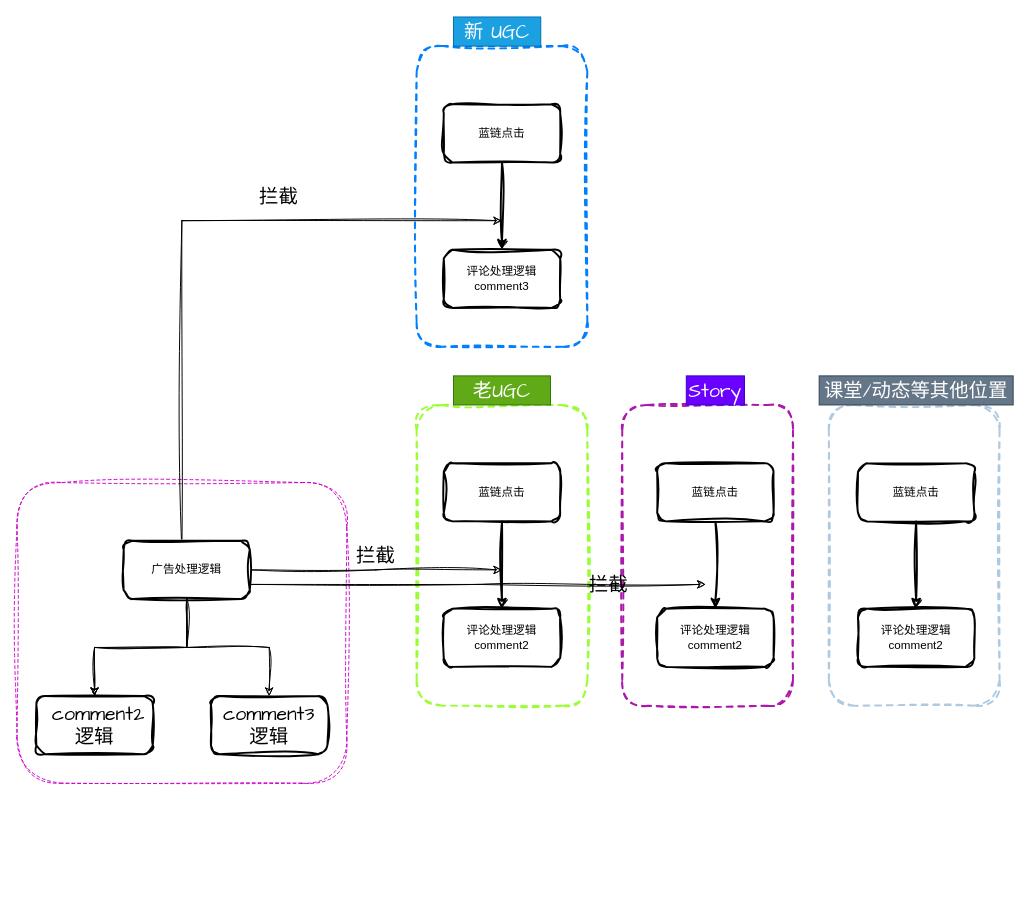
The draw.io diagram 评论蓝链.drawio in windherd/draw.io, before the edit. Source tidied: cells renumbered, new cells numbered last; positions are measured from the earlier drawing's top-left corner, leaving out a move shared by most shapes. Both pictures are drawn from the tidied source at 97%, with x=0, y=0 at pixel (16, 16).
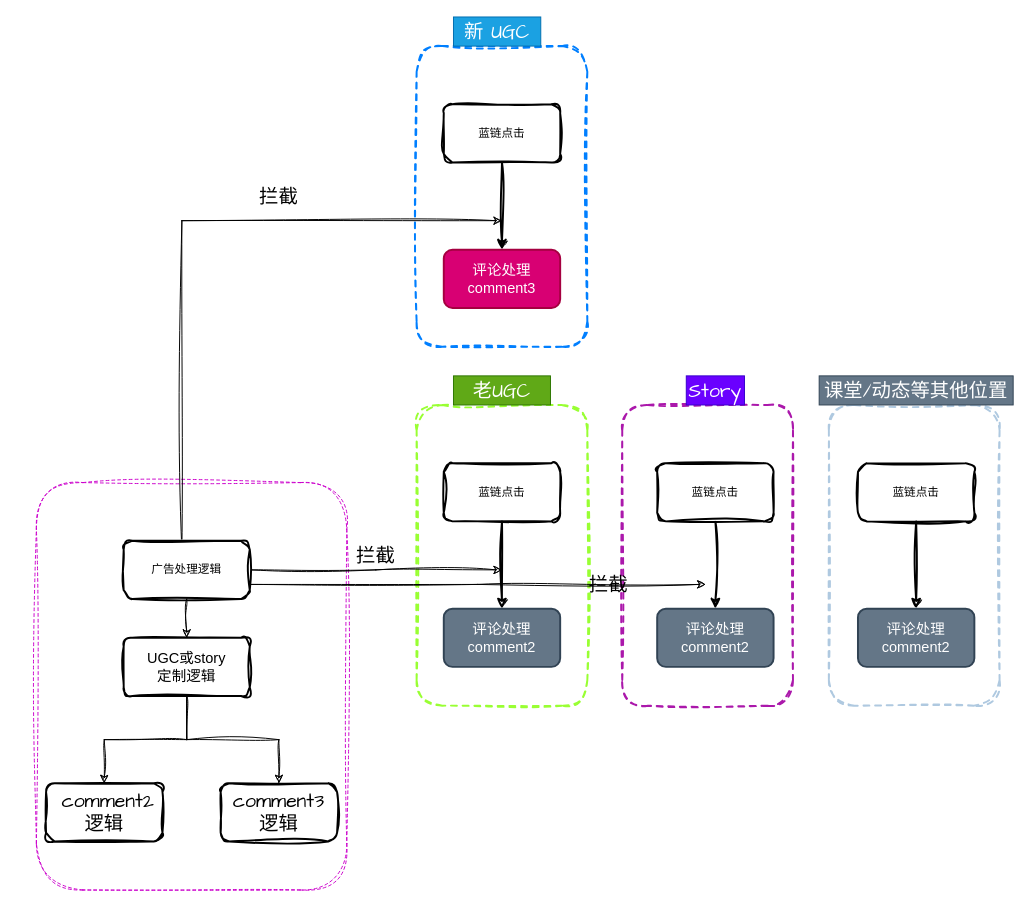
Above is the later version.

Commit message (it also covers changes not shown here):
更新评论蓝链.drawio

The change refers to these unchanged cells:
```xml
<mxCell id="22" value="广告处理逻辑" style="rounded=1;whiteSpace=wrap;html=1;strokeWidth=2;fontFamily=Helvetica;fontSize=12;sketch=1;curveFitting=1;jiggle=2;" parent="1" vertex="1">
  <mxGeometry x="110" y="540" width="130" height="60" as="geometry" />
</mxCell>
```

Diff of the diagram source:
```diff
@@
     <mxCell id="2" style="rounded=1;whiteSpace=wrap;html=1;sketch=1;hachureGap=4;jiggle=2;curveFitting=1;fontFamily=Architects Daughter;fontSize=20;strokeColor=#CC00CC;dashed=1;" parent="1" vertex="1">
-      <mxGeometry y="480" width="340" height="310" as="geometry" />
+      <mxGeometry x="20" y="480" width="320" height="420" as="geometry" />
     </mxCell>
@@
-    <mxCell id="13" value="评论处理逻辑&lt;br&gt;comment2" style="rounded=1;whiteSpace=wrap;html=1;strokeColor=default;strokeWidth=2;fontFamily=Helvetica;fontSize=12;fontColor=default;fillColor=default;sketch=1;curveFitting=1;jiggle=2;" parent="1" vertex="1">
+    <mxCell id="13" value="&lt;font style=&quot;font-size: 15px;&quot;&gt;评论处理&lt;br&gt;comment2&lt;/font&gt;" style="rounded=1;whiteSpace=wrap;html=1;strokeColor=#314354;strokeWidth=2;fontFamily=Helvetica;fontSize=12;fontColor=#ffffff;fillColor=#647687;" parent="1" vertex="1">
       <mxGeometry x="440" y="610" width="120" height="60" as="geometry" />
     </mxCell>
-    <mxCell id="14" value="评论处理逻辑&lt;br&gt;comment2" style="rounded=1;whiteSpace=wrap;html=1;strokeColor=default;strokeWidth=2;fontFamily=Helvetica;fontSize=12;fontColor=default;fillColor=default;sketch=1;curveFitting=1;jiggle=2;" parent="1" vertex="1">
+    <mxCell id="14" value="&lt;font style=&quot;font-size: 15px;&quot;&gt;评论处理&lt;br&gt;comment2&lt;/font&gt;" style="rounded=1;whiteSpace=wrap;html=1;strokeColor=#314354;strokeWidth=2;fontFamily=Helvetica;fontSize=12;fontColor=#ffffff;fillColor=#647687;" parent="1" vertex="1">
       <mxGeometry x="660" y="610" width="120" height="60" as="geometry" />
     </mxCell>
-    <mxCell id="15" value="评论处理逻辑&lt;br&gt;comment2" style="rounded=1;whiteSpace=wrap;html=1;strokeColor=default;strokeWidth=2;fontFamily=Helvetica;fontSize=12;fontColor=default;fillColor=default;sketch=1;curveFitting=1;jiggle=2;" parent="1" vertex="1">
+    <mxCell id="15" value="&lt;font style=&quot;font-size: 15px;&quot;&gt;评论处理&lt;br&gt;comment2&lt;/font&gt;" style="rounded=1;whiteSpace=wrap;html=1;strokeColor=#314354;strokeWidth=2;fontFamily=Helvetica;fontSize=12;fontColor=#ffffff;fillColor=#647687;" parent="1" vertex="1">
       <mxGeometry x="867" y="610" width="120" height="60" as="geometry" />
     </mxCell>
@@
-    <mxCell id="19" style="edgeStyle=orthogonalEdgeStyle;rounded=0;sketch=1;hachureGap=4;jiggle=2;curveFitting=1;jettySize=auto;html=1;fontFamily=Architects Daughter;fontSize=16;" parent="1" edge="1" source="22" target="32">
-      <mxGeometry relative="1" as="geometry" />
-    </mxCell>
-    <mxCell id="20" style="edgeStyle=orthogonalEdgeStyle;rounded=0;sketch=1;hachureGap=4;jiggle=2;curveFitting=1;jettySize=auto;html=1;fontFamily=Architects Daughter;fontSize=16;" parent="1" edge="1" source="22" target="32">
-      <mxGeometry relative="1" as="geometry" />
-    </mxCell>
-    <mxCell id="21" style="edgeStyle=orthogonalEdgeStyle;rounded=0;sketch=1;hachureGap=4;jiggle=2;curveFitting=1;jettySize=auto;html=1;entryX=0.5;entryY=0;entryDx=0;entryDy=0;fontFamily=Architects Daughter;fontSize=16;" parent="1" edge="1" source="22" target="33">
-      <mxGeometry relative="1" as="geometry" />
-    </mxCell>
+    <mxCell id="35" style="edgeStyle=orthogonalEdgeStyle;rounded=0;sketch=1;hachureGap=4;jiggle=2;curveFitting=1;jettySize=auto;html=1;fontFamily=Architects Daughter;fontSize=16;" parent="1" edge="1" source="22" target="37">
+      <mxGeometry relative="1" as="geometry" />
+    </mxCell>
@@
-    <mxCell id="29" value="评论处理逻辑&lt;br&gt;comment3" style="rounded=1;whiteSpace=wrap;html=1;strokeColor=default;strokeWidth=2;fontFamily=Helvetica;fontSize=12;fontColor=default;fillColor=default;sketch=1;curveFitting=1;jiggle=2;" parent="1" vertex="1">
+    <mxCell id="29" value="&lt;font style=&quot;font-size: 15px;&quot;&gt;评论处理&lt;br&gt;comment3&lt;/font&gt;" style="rounded=1;whiteSpace=wrap;html=1;strokeColor=#A50040;strokeWidth=2;fontFamily=Helvetica;fontSize=12;fontColor=#ffffff;fillColor=#d80073;" parent="1" vertex="1">
       <mxGeometry x="440" y="240" width="120" height="60" as="geometry" />
     </mxCell>
@@
     <mxCell id="32" value="&amp;nbsp;comment2逻辑" style="whiteSpace=wrap;html=1;rounded=1;strokeWidth=2;sketch=1;curveFitting=1;jiggle=2;hachureGap=4;fontFamily=Architects Daughter;fontSize=20;" parent="1" vertex="1">
-      <mxGeometry x="20" y="700" width="120" height="60" as="geometry" />
+      <mxGeometry x="30" y="790" width="120" height="60" as="geometry" />
     </mxCell>
     <mxCell id="33" value="comment3 逻辑" style="whiteSpace=wrap;html=1;rounded=1;strokeWidth=2;sketch=1;curveFitting=1;jiggle=2;hachureGap=4;fontFamily=Architects Daughter;fontSize=20;" parent="1" vertex="1">
-      <mxGeometry x="200" y="700" width="120" height="60" as="geometry" />
+      <mxGeometry x="210" y="790" width="120" height="60" as="geometry" />
     </mxCell>
@@
+    <mxCell id="36" style="edgeStyle=orthogonalEdgeStyle;rounded=0;sketch=1;hachureGap=4;jiggle=2;curveFitting=1;jettySize=auto;html=1;fontFamily=Architects Daughter;fontSize=16;entryX=0.5;entryY=0;entryDx=0;entryDy=0;" parent="1" edge="1" source="37" target="32">
+      <mxGeometry relative="1" as="geometry" />
+    </mxCell>
+    <mxCell id="37" value="&lt;font style=&quot;font-size: 15px;&quot;&gt;UGC或story&lt;br&gt;定制逻辑&lt;/font&gt;" style="rounded=1;whiteSpace=wrap;html=1;strokeWidth=2;fontFamily=Helvetica;fontSize=12;sketch=1;curveFitting=1;jiggle=2;" parent="1" vertex="1">
+      <mxGeometry x="110" y="640" width="130" height="60" as="geometry" />
+    </mxCell>
+    <mxCell id="38" style="edgeStyle=orthogonalEdgeStyle;rounded=0;sketch=1;hachureGap=4;jiggle=2;curveFitting=1;jettySize=auto;html=1;fontFamily=Architects Daughter;fontSize=16;entryX=0.5;entryY=0;entryDx=0;entryDy=0;exitX=0.5;exitY=1;exitDx=0;exitDy=0;" parent="1" edge="1" source="37" target="33">
+      <mxGeometry relative="1" as="geometry" />
+    </mxCell>
```
